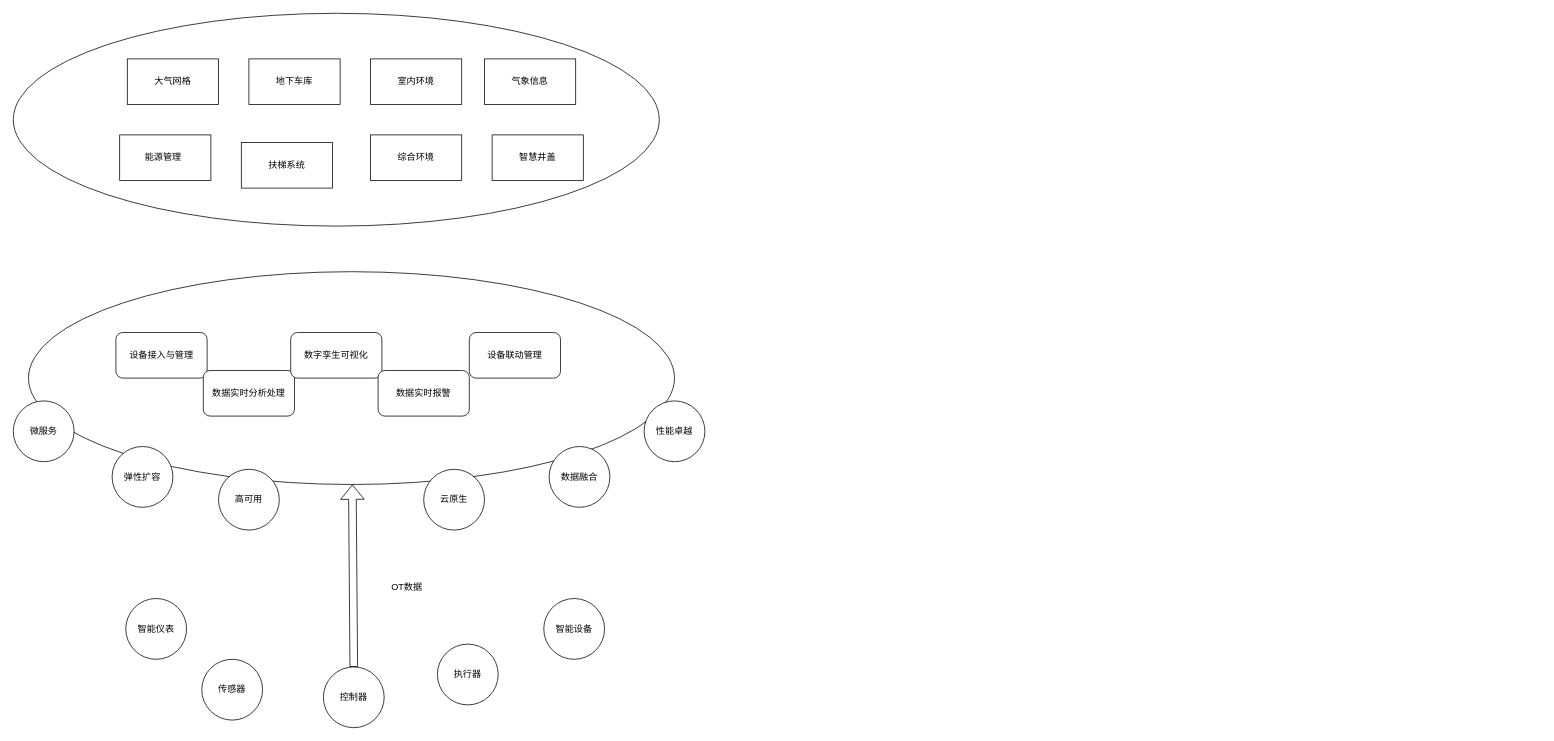
This is page "SaaS" (1 of 3) of qiwu.drawio from viking-wj/software, a draw.io file, before an edit. Source tidied: cells renumbered, new cells numbered last; positions are measured from the earlier drawing's top-left corner, leaving out a move shared by most shapes. Both pictures are drawn from the tidied source at 76%, with x=0, y=0 at pixel (13, 13).
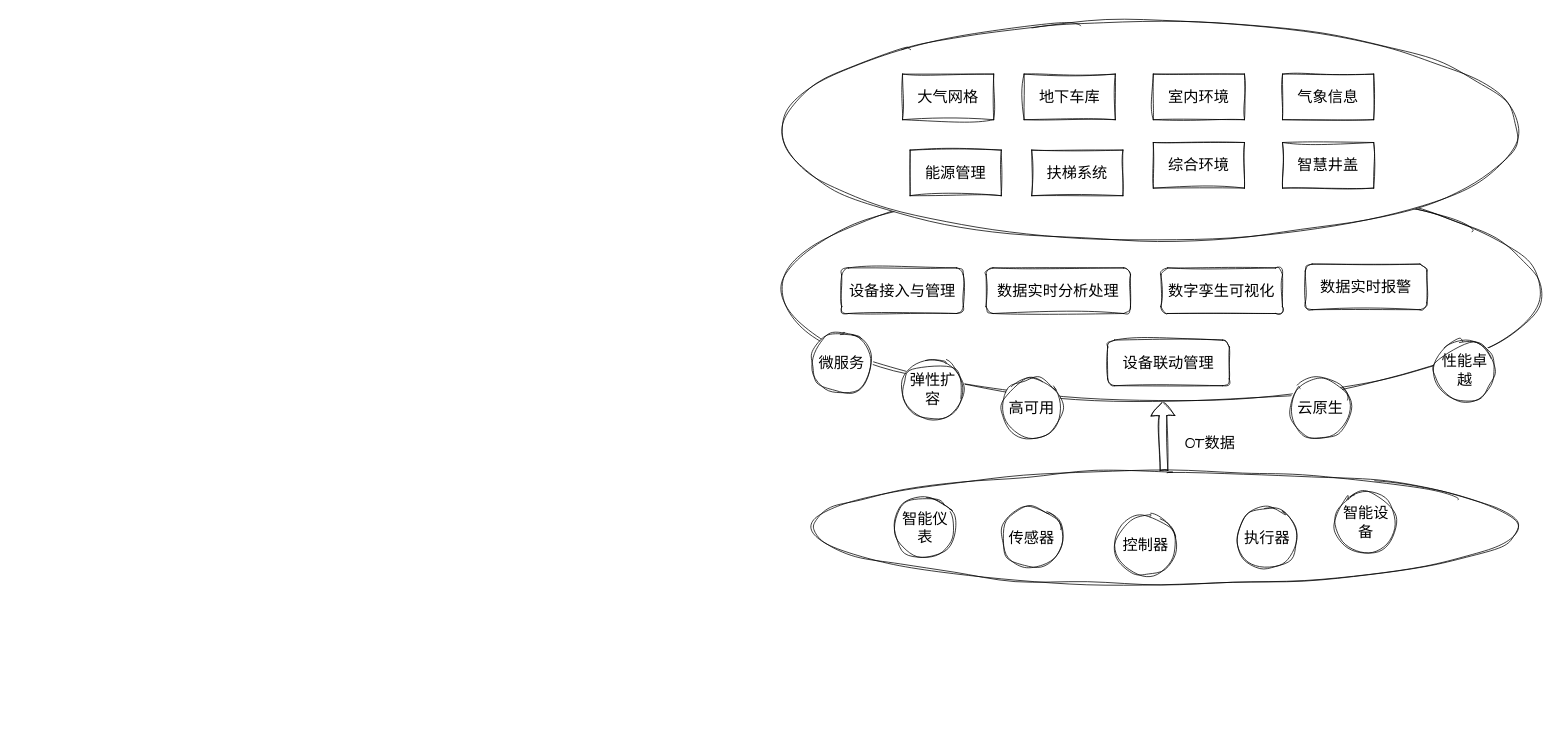
After the change.

Change to the diagram source:
```diff
@@
-    <mxCell id="2" style="ellipse;whiteSpace=wrap;html=1;" parent="1" vertex="1">
-      <mxGeometry x="20" y="340" width="850" height="280" as="geometry" />
-    </mxCell>
-    <mxCell id="3" value="传感器" style="ellipse;whiteSpace=wrap;html=1;" parent="1" vertex="1">
-      <mxGeometry x="248" y="850" width="80" height="80" as="geometry" />
-    </mxCell>
-    <mxCell id="4" value="智能仪表" style="ellipse;whiteSpace=wrap;html=1;" parent="1" vertex="1">
-      <mxGeometry x="148" y="770" width="80" height="80" as="geometry" />
-    </mxCell>
-    <mxCell id="5" value="智能设备" style="ellipse;whiteSpace=wrap;html=1;" parent="1" vertex="1">
-      <mxGeometry x="698" y="770" width="80" height="80" as="geometry" />
-    </mxCell>
-    <mxCell id="6" style="edgeStyle=none;shape=flexArrow;rounded=0;jettySize=auto;html=1;exitX=0.5;exitY=0;exitDx=0;exitDy=0;" parent="1" edge="1" source="7" target="2">
-      <mxGeometry relative="1" as="geometry" />
-    </mxCell>
-    <mxCell id="7" value="控制器" style="ellipse;whiteSpace=wrap;html=1;" parent="1" vertex="1">
-      <mxGeometry x="408" y="860" width="80" height="80" as="geometry" />
-    </mxCell>
-    <mxCell id="8" value="执行器" style="ellipse;whiteSpace=wrap;html=1;" parent="1" vertex="1">
-      <mxGeometry x="558" y="830" width="80" height="80" as="geometry" />
-    </mxCell>
+    <mxCell id="30" style="edgeStyle=none;shape=flexArrow;rounded=0;sketch=1;hachureGap=4;jiggle=2;curveFitting=1;jettySize=auto;html=1;fontFamily=Architects Daughter;fontSize=16;" parent="1" edge="1" source="35" target="31">
+      <mxGeometry relative="1" as="geometry" />
+    </mxCell>
+    <mxCell id="31" style="ellipse;whiteSpace=wrap;html=1;sketch=1;hachureGap=4;jiggle=2;curveFitting=1;fontFamily=Architects Daughter;fontSize=20;" parent="1" vertex="1">
+      <mxGeometry x="1010" y="220" width="1000" height="290" as="geometry" />
+    </mxCell>
-    <mxCell id="9" value="设备接入与管理" style="rounded=1;whiteSpace=wrap;html=1;" parent="1" vertex="1">
-      <mxGeometry x="135" y="420" width="120" height="60" as="geometry" />
+    <mxCell id="9" value="设备接入与管理" style="rounded=1;whiteSpace=wrap;html=1;sketch=1;hachureGap=4;jiggle=2;curveFitting=1;fontFamily=Architects Daughter;fontSize=20;" parent="1" vertex="1">
+      <mxGeometry x="1090" y="335" width="160" height="60" as="geometry" />
     </mxCell>
-    <mxCell id="10" value="数据实时分析处理" style="rounded=1;whiteSpace=wrap;html=1;" parent="1" vertex="1">
-      <mxGeometry x="250" y="470" width="120" height="60" as="geometry" />
+    <mxCell id="10" value="数据实时分析处理" style="rounded=1;whiteSpace=wrap;html=1;sketch=1;hachureGap=4;jiggle=2;curveFitting=1;fontFamily=Architects Daughter;fontSize=20;" parent="1" vertex="1">
+      <mxGeometry x="1280" y="335" width="190" height="60" as="geometry" />
     </mxCell>
-    <mxCell id="11" value="数字孪生可视化" style="rounded=1;whiteSpace=wrap;html=1;" parent="1" vertex="1">
-      <mxGeometry x="365" y="420" width="120" height="60" as="geometry" />
+    <mxCell id="11" value="数字孪生可视化" style="rounded=1;whiteSpace=wrap;html=1;sketch=1;hachureGap=4;jiggle=2;curveFitting=1;fontFamily=Architects Daughter;fontSize=20;" parent="1" vertex="1">
+      <mxGeometry x="1510" y="335" width="160" height="60" as="geometry" />
     </mxCell>
+    <mxCell id="17" value="数据实时报警" style="rounded=1;whiteSpace=wrap;html=1;sketch=1;hachureGap=4;jiggle=2;curveFitting=1;fontFamily=Architects Daughter;fontSize=20;" parent="1" vertex="1">
+      <mxGeometry x="1700" y="330" width="160" height="60" as="geometry" />
+    </mxCell>
+    <mxCell id="18" value="设备联动管理" style="rounded=1;whiteSpace=wrap;html=1;sketch=1;hachureGap=4;jiggle=2;curveFitting=1;fontFamily=Architects Daughter;fontSize=20;" parent="1" vertex="1">
+      <mxGeometry x="1440" y="430" width="160" height="60" as="geometry" />
+    </mxCell>
-    <mxCell id="12" value="微服务" style="ellipse;whiteSpace=wrap;html=1;" parent="1" vertex="1">
-      <mxGeometry y="510" width="80" height="80" as="geometry" />
+    <mxCell id="12" value="微服务" style="ellipse;whiteSpace=wrap;html=1;sketch=1;hachureGap=4;jiggle=2;curveFitting=1;fontFamily=Architects Daughter;fontSize=20;" parent="1" vertex="1">
+      <mxGeometry x="1050" y="420" width="80" height="80" as="geometry" />
     </mxCell>
-    <mxCell id="13" value="弹性扩容" style="ellipse;whiteSpace=wrap;html=1;" parent="1" vertex="1">
-      <mxGeometry x="130" y="570" width="80" height="80" as="geometry" />
+    <mxCell id="13" value="弹性扩容" style="ellipse;whiteSpace=wrap;html=1;sketch=1;hachureGap=4;jiggle=2;curveFitting=1;fontFamily=Architects Daughter;fontSize=20;" parent="1" vertex="1">
+      <mxGeometry x="1170" y="455" width="80" height="80" as="geometry" />
     </mxCell>
-    <mxCell id="14" value="高可用" style="ellipse;whiteSpace=wrap;html=1;" parent="1" vertex="1">
-      <mxGeometry x="270" y="600" width="80" height="80" as="geometry" />
+    <mxCell id="14" value="高可用" style="ellipse;whiteSpace=wrap;html=1;sketch=1;hachureGap=4;jiggle=2;curveFitting=1;fontFamily=Architects Daughter;fontSize=20;" parent="1" vertex="1">
+      <mxGeometry x="1300" y="480" width="80" height="80" as="geometry" />
     </mxCell>
-    <mxCell id="15" value="云原生" style="ellipse;whiteSpace=wrap;html=1;" parent="1" vertex="1">
-      <mxGeometry x="540" y="600" width="80" height="80" as="geometry" />
+    <mxCell id="15" value="云原生" style="ellipse;whiteSpace=wrap;html=1;sketch=1;hachureGap=4;jiggle=2;curveFitting=1;fontFamily=Architects Daughter;fontSize=20;" parent="1" vertex="1">
+      <mxGeometry x="1680" y="480" width="80" height="80" as="geometry" />
     </mxCell>
+    <mxCell id="20" value="性能卓越" style="ellipse;whiteSpace=wrap;html=1;sketch=1;hachureGap=4;jiggle=2;curveFitting=1;fontFamily=Architects Daughter;fontSize=20;" parent="1" vertex="1">
+      <mxGeometry x="1870" y="430" width="80" height="80" as="geometry" />
+    </mxCell>
-    <mxCell id="16" value="OT数据" style="text;html=1;strokeColor=none;fillColor=none;align=center;verticalAlign=middle;whiteSpace=wrap;rounded=0;" parent="1" vertex="1">
-      <mxGeometry x="488" y="740" width="60" height="30" as="geometry" />
+    <mxCell id="16" value="OT数据" style="text;html=1;strokeColor=none;fillColor=none;align=center;verticalAlign=middle;whiteSpace=wrap;rounded=0;fontSize=20;fontFamily=Architects Daughter;" parent="1" vertex="1">
+      <mxGeometry x="1520" y="550" width="110" height="30" as="geometry" />
     </mxCell>
-    <mxCell id="17" value="数据实时报警" style="rounded=1;whiteSpace=wrap;html=1;" parent="1" vertex="1">
-      <mxGeometry x="480" y="470" width="120" height="60" as="geometry" />
-    </mxCell>
-    <mxCell id="18" value="设备联动管理" style="rounded=1;whiteSpace=wrap;html=1;" parent="1" vertex="1">
-      <mxGeometry x="600" y="420" width="120" height="60" as="geometry" />
-    </mxCell>
-    <mxCell id="19" value="数据融合" style="ellipse;whiteSpace=wrap;html=1;" parent="1" vertex="1">
-      <mxGeometry x="705" y="570" width="80" height="80" as="geometry" />
-    </mxCell>
-    <mxCell id="20" value="性能卓越" style="ellipse;whiteSpace=wrap;html=1;" parent="1" vertex="1">
-      <mxGeometry x="830" y="510" width="80" height="80" as="geometry" />
-    </mxCell>
-    <mxCell id="21" style="ellipse;whiteSpace=wrap;html=1;" parent="1" vertex="1">
-      <mxGeometry width="850" height="280" as="geometry" />
-    </mxCell>
+    <mxCell id="32" style="group;" parent="1" vertex="1">
+      <mxGeometry x="1010" y="10" width="970" height="290" as="geometry" />
+    </mxCell>
+    <mxCell id="33" style="ellipse;whiteSpace=wrap;html=1;sketch=1;hachureGap=4;jiggle=2;curveFitting=1;fontFamily=Architects Daughter;fontSize=20;" parent="32" vertex="1">
+      <mxGeometry width="970" height="290" as="geometry" />
+    </mxCell>
-    <mxCell id="22" value="大气网格" style="rounded=0;whiteSpace=wrap;html=1;" parent="1" vertex="1">
-      <mxGeometry x="150" y="60" width="120" height="60" as="geometry" />
+    <mxCell id="22" value="大气网格" style="rounded=0;whiteSpace=wrap;html=1;sketch=1;hachureGap=4;jiggle=2;curveFitting=1;fontFamily=Architects Daughter;fontSize=20;" parent="32" vertex="1">
+      <mxGeometry x="160" y="70" width="120" height="60" as="geometry" />
     </mxCell>
+    <mxCell id="24" value="地下车库" style="rounded=0;whiteSpace=wrap;html=1;sketch=1;hachureGap=4;jiggle=2;curveFitting=1;fontFamily=Architects Daughter;fontSize=20;" parent="32" vertex="1">
+      <mxGeometry x="320" y="70" width="120" height="60" as="geometry" />
+    </mxCell>
-    <mxCell id="23" value="能源管理&lt;span style=&quot;white-space: pre;&quot;&gt;&#9;&lt;/span&gt;" style="rounded=0;whiteSpace=wrap;html=1;" parent="1" vertex="1">
-      <mxGeometry x="140" y="160" width="120" height="60" as="geometry" />
+    <mxCell id="23" value="能源管理" style="rounded=0;whiteSpace=wrap;html=1;sketch=1;hachureGap=4;jiggle=2;curveFitting=1;fontFamily=Architects Daughter;fontSize=20;" parent="32" vertex="1">
+      <mxGeometry x="170" y="170" width="120" height="60" as="geometry" />
     </mxCell>
-    <mxCell id="24" value="地下车库" style="rounded=0;whiteSpace=wrap;html=1;" parent="1" vertex="1">
-      <mxGeometry x="310" y="60" width="120" height="60" as="geometry" />
-    </mxCell>
-    <mxCell id="25" value="扶梯系统" style="rounded=0;whiteSpace=wrap;html=1;" parent="1" vertex="1">
-      <mxGeometry x="300" y="170" width="120" height="60" as="geometry" />
+    <mxCell id="25" value="扶梯系统" style="rounded=0;whiteSpace=wrap;html=1;sketch=1;hachureGap=4;jiggle=2;curveFitting=1;fontFamily=Architects Daughter;fontSize=20;" parent="32" vertex="1">
+      <mxGeometry x="330" y="170" width="120" height="60" as="geometry" />
     </mxCell>
+    <mxCell id="27" value="室内环境" style="rounded=0;whiteSpace=wrap;html=1;sketch=1;hachureGap=4;jiggle=2;curveFitting=1;fontFamily=Architects Daughter;fontSize=20;" parent="32" vertex="1">
+      <mxGeometry x="490" y="70" width="120" height="60" as="geometry" />
+    </mxCell>
-    <mxCell id="26" value="综合环境" style="rounded=0;whiteSpace=wrap;html=1;" parent="1" vertex="1">
-      <mxGeometry x="470" y="160" width="120" height="60" as="geometry" />
+    <mxCell id="26" value="综合环境" style="rounded=0;whiteSpace=wrap;html=1;sketch=1;hachureGap=4;jiggle=2;curveFitting=1;fontFamily=Architects Daughter;fontSize=20;" parent="32" vertex="1">
+      <mxGeometry x="490" y="160" width="120" height="60" as="geometry" />
     </mxCell>
-    <mxCell id="27" value="室内环境" style="rounded=0;whiteSpace=wrap;html=1;" parent="1" vertex="1">
-      <mxGeometry x="470" y="60" width="120" height="60" as="geometry" />
-    </mxCell>
-    <mxCell id="28" value="气象信息" style="rounded=0;whiteSpace=wrap;html=1;" parent="1" vertex="1">
-      <mxGeometry x="620" y="60" width="120" height="60" as="geometry" />
+    <mxCell id="28" value="气象信息" style="rounded=0;whiteSpace=wrap;html=1;sketch=1;hachureGap=4;jiggle=2;curveFitting=1;fontFamily=Architects Daughter;fontSize=20;" parent="32" vertex="1">
+      <mxGeometry x="660" y="70" width="120" height="60" as="geometry" />
     </mxCell>
-    <mxCell id="29" value="智慧井盖" style="rounded=0;whiteSpace=wrap;html=1;" parent="1" vertex="1">
-      <mxGeometry x="630" y="160" width="120" height="60" as="geometry" />
+    <mxCell id="29" value="智慧井盖" style="rounded=0;whiteSpace=wrap;html=1;sketch=1;hachureGap=4;jiggle=2;curveFitting=1;fontFamily=Architects Daughter;fontSize=20;" parent="32" vertex="1">
+      <mxGeometry x="660" y="160" width="120" height="60" as="geometry" />
     </mxCell>
+    <mxCell id="34" style="group;" parent="1" vertex="1">
+      <mxGeometry x="1050" y="602" width="930" height="150" as="geometry" />
+    </mxCell>
+    <mxCell id="35" style="ellipse;whiteSpace=wrap;html=1;sketch=1;hachureGap=4;jiggle=2;curveFitting=1;fontFamily=Architects Daughter;fontSize=20;" parent="34" vertex="1">
+      <mxGeometry width="930" height="150" as="geometry" />
+    </mxCell>
+    <mxCell id="4" value="智能仪表" style="ellipse;whiteSpace=wrap;html=1;sketch=1;hachureGap=4;jiggle=2;curveFitting=1;fontFamily=Architects Daughter;fontSize=20;" parent="34" vertex="1">
+      <mxGeometry x="110" y="35" width="80" height="80" as="geometry" />
+    </mxCell>
+    <mxCell id="3" value="传感器" style="ellipse;whiteSpace=wrap;html=1;sketch=1;hachureGap=4;jiggle=2;curveFitting=1;fontFamily=Architects Daughter;fontSize=20;" parent="34" vertex="1">
+      <mxGeometry x="250" y="48" width="80" height="80" as="geometry" />
+    </mxCell>
+    <mxCell id="7" value="控制器" style="ellipse;whiteSpace=wrap;html=1;sketch=1;hachureGap=4;jiggle=2;curveFitting=1;fontFamily=Architects Daughter;fontSize=20;" parent="34" vertex="1">
+      <mxGeometry x="400" y="58" width="80" height="80" as="geometry" />
+    </mxCell>
+    <mxCell id="8" value="执行器" style="ellipse;whiteSpace=wrap;html=1;sketch=1;hachureGap=4;jiggle=2;curveFitting=1;fontFamily=Architects Daughter;fontSize=20;" parent="34" vertex="1">
+      <mxGeometry x="560" y="48" width="80" height="80" as="geometry" />
+    </mxCell>
+    <mxCell id="5" value="智能设备" style="ellipse;whiteSpace=wrap;html=1;sketch=1;hachureGap=4;jiggle=2;curveFitting=1;fontFamily=Architects Daughter;fontSize=20;" parent="34" vertex="1">
+      <mxGeometry x="690" y="28" width="80" height="80" as="geometry" />
+    </mxCell>
```
